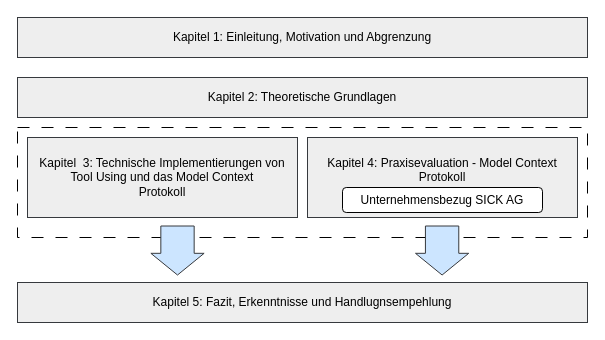
Earlier version of the draw.io diagram gliderung.drawio (blumjo99/MasterThesisDiagram). Source tidied: cells renumbered, new cells numbered last; positions are measured from the earlier drawing's top-left corner, leaving out a move shared by most shapes. Both pictures are drawn from the tidied source at 100%, with x=0, y=0 at pixel (17, 17).
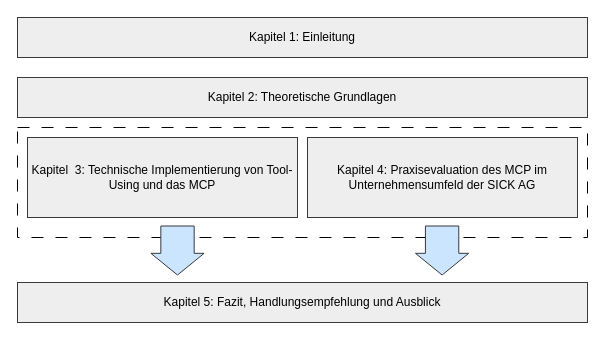
After the change.

The edit, as a diff of the source:
```diff
@@
 <mxGraphModel>
   <root>
     <mxCell id="0" />
     <mxCell id="1" parent="0" />
     <mxCell id="2" style="rounded=0;whiteSpace=wrap;html=1;dashed=1;dashPattern=12 12;" parent="1" vertex="1">
       <mxGeometry y="110" width="570" height="110" as="geometry" />
     </mxCell>
-    <mxCell id="3" value="Kapitel 1: Einleitung, Motivation und Abgrenzung" style="rounded=0;whiteSpace=wrap;html=1;fillColor=#eeeeee;strokeColor=#36393d;" parent="1" vertex="1">
+    <mxCell id="3" value="Kapitel 1: Einleitung" style="rounded=0;whiteSpace=wrap;html=1;fillColor=#eeeeee;strokeColor=#36393d;" parent="1" vertex="1">
       <mxGeometry width="570" height="40" as="geometry" />
     </mxCell>
     <mxCell id="4" value="Kapitel 2: Theoretische Grundlagen" style="rounded=0;whiteSpace=wrap;html=1;fillColor=#eeeeee;strokeColor=#36393d;" parent="1" vertex="1">
       <mxGeometry y="60" width="570" height="40" as="geometry" />
     </mxCell>
-    <mxCell id="5" value="Kapitel&amp;nbsp; 3: Technische Implementierungen von Tool Using und das Model Context&lt;br&gt;Protokoll " style="rounded=0;whiteSpace=wrap;html=1;fillColor=#eeeeee;strokeColor=#36393d;" parent="1" vertex="1">
+    <mxCell id="5" value="Kapitel&amp;nbsp; 3: Technische Implementierung von Tool-Using und das MCP" style="rounded=0;whiteSpace=wrap;html=1;fillColor=#eeeeee;strokeColor=#36393d;" parent="1" vertex="1">
       <mxGeometry x="10" y="120" width="270" height="80" as="geometry" />
     </mxCell>
-    <mxCell id="6" value="&lt;div&gt;Kapitel 4: Praxisevaluation - Model Context Protokoll&lt;/div&gt;&lt;div&gt;&lt;br&gt;&lt;/div&gt;" style="rounded=0;whiteSpace=wrap;html=1;fillColor=#eeeeee;strokeColor=#36393d;" parent="1" vertex="1">
+    <mxCell id="6" value="&lt;div&gt;&lt;br&gt;&lt;/div&gt;&lt;div&gt;Kapitel 4: Praxisevaluation des MCP im Unternehmensumfeld der SICK AG&lt;/div&gt;&lt;div&gt;&lt;br&gt;&lt;/div&gt;" style="rounded=0;whiteSpace=wrap;html=1;fillColor=#eeeeee;strokeColor=#36393d;" parent="1" vertex="1">
       <mxGeometry x="290" y="120" width="270" height="80" as="geometry" />
     </mxCell>
-    <mxCell id="7" value="Unternehmensbezug SICK AG" style="rounded=1;whiteSpace=wrap;html=1;" parent="1" vertex="1">
-      <mxGeometry x="325" y="170" width="200" height="25" as="geometry" />
-    </mxCell>
-    <mxCell id="8" value="Kapitel 5: Fazit, Erkenntnisse und Handlugnsempehlung" style="rounded=0;whiteSpace=wrap;html=1;fillColor=#eeeeee;strokeColor=#36393d;" parent="1" vertex="1">
+    <mxCell id="8" value="Kapitel 5: Fazit, Handlungsempfehlung und Ausblick" style="rounded=0;whiteSpace=wrap;html=1;fillColor=#eeeeee;strokeColor=#36393d;" parent="1" vertex="1">
       <mxGeometry y="265" width="570" height="40" as="geometry" />
     </mxCell>
     <mxCell id="9" style="shape=flexArrow;endArrow=classic;html=1;rounded=0;endWidth=18.88888888888889;endSize=6.891666666666667;width=33.333333333333336;fillColor=#cce5ff;strokeColor=#36393d;" parent="1" edge="1">
       <mxGeometry relative="1" as="geometry">
         <mxPoint x="424.6" y="208" as="sourcePoint" />
         <mxPoint x="424.6" y="258" as="targetPoint" />
       </mxGeometry>
     </mxCell>
     <mxCell id="10" style="shape=flexArrow;endArrow=classic;html=1;rounded=0;endWidth=18.88888888888889;endSize=6.891666666666667;width=33.333333333333336;fillColor=#cce5ff;strokeColor=#36393d;" parent="1" edge="1">
       <mxGeometry relative="1" as="geometry">
         <mxPoint x="160" y="208" as="sourcePoint" />
         <mxPoint x="160" y="258" as="targetPoint" />
       </mxGeometry>
     </mxCell>
   </root>
 </mxGraphModel>
```
